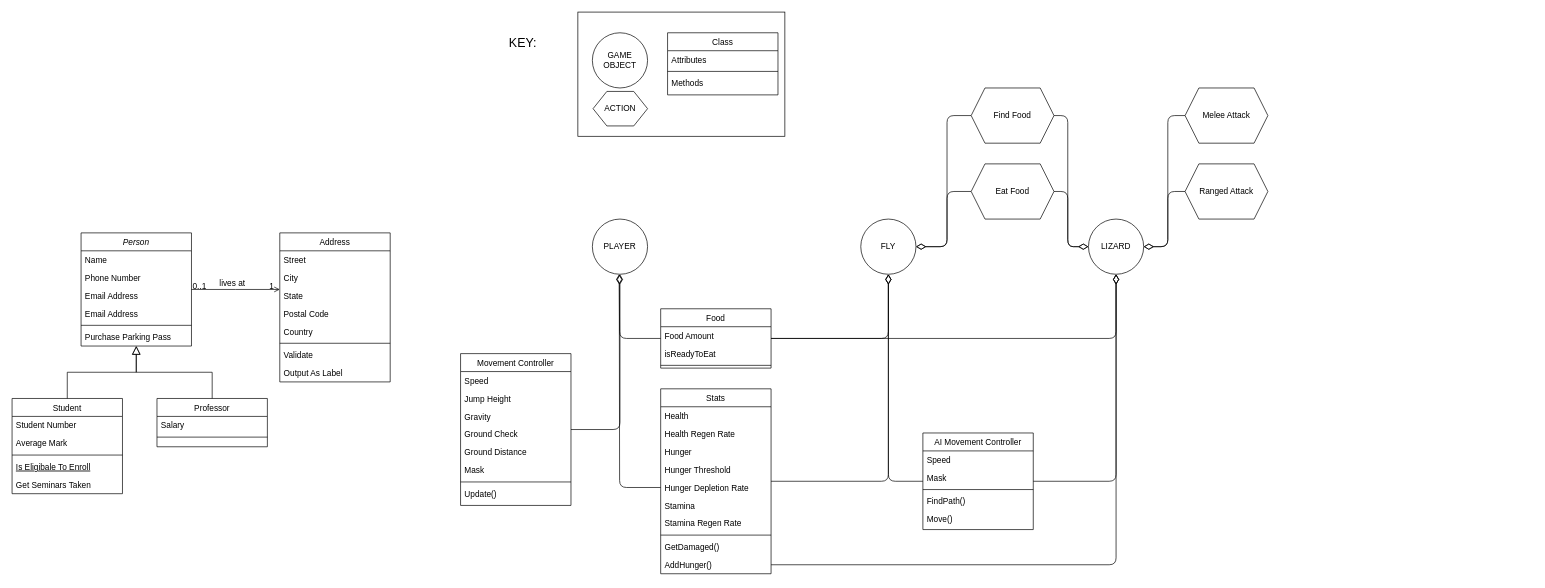
Before: documentation/ClassDiagram.drawio in AumPatel2208/GOAP-Ecosystem-FPS, a draw.io diagram. Source tidied: cells renumbered, new cells numbered last; positions are measured from the earlier drawing's top-left corner, leaving out a move shared by most shapes. Both pictures are drawn from the tidied source at 69%, with x=0, y=0 at pixel (12, 12).
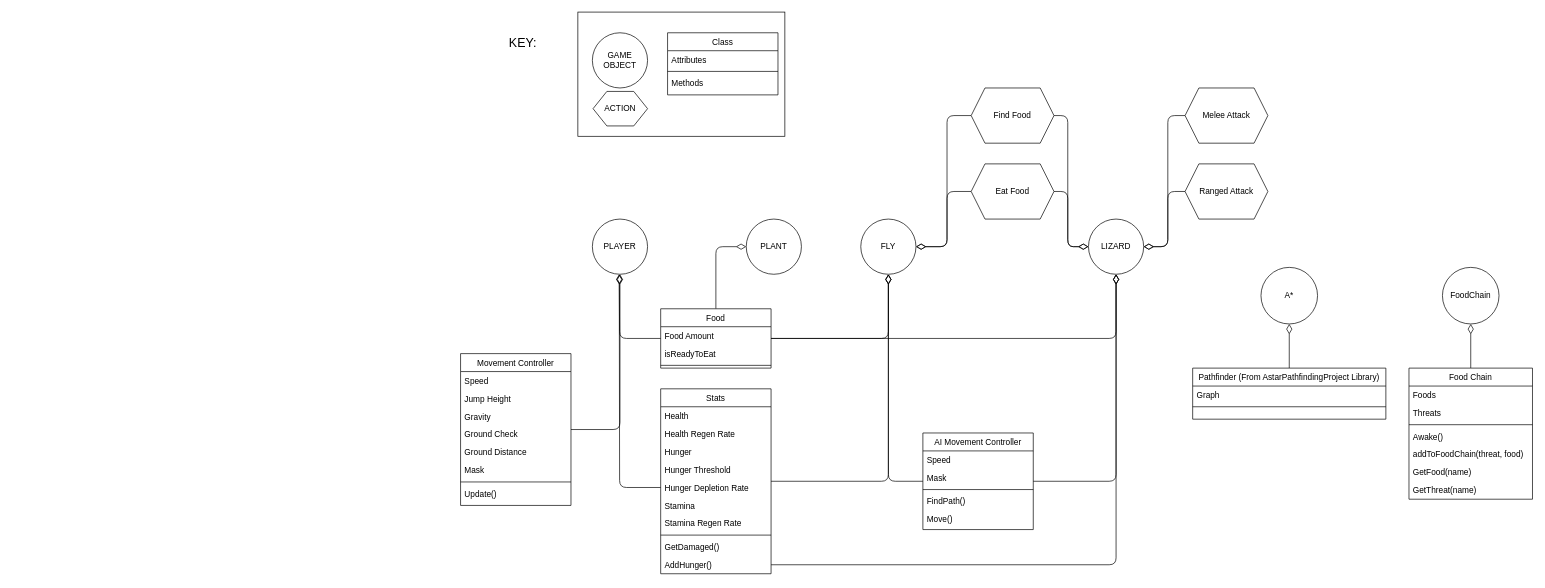
After the change.

The change refers to these unchanged cells:
```xml
<mxCell id="48" value="Food" style="swimlane;fontStyle=0;align=center;verticalAlign=top;horizontal=1;startSize=26;rounded=0;shadow=0;strokeWidth=1;" parent="1" vertex="1">
  <mxGeometry x="940" y="430" width="160" height="86" as="geometry" />
</mxCell>
```

What changed in the source:
```diff
@@
-    <mxCell id="3" value="Person" style="swimlane;fontStyle=2;align=center;verticalAlign=top;horizontal=1;startSize=26;rounded=0;shadow=0;strokeWidth=1;" parent="1" vertex="1">
-      <mxGeometry x="100" y="320" width="160" height="164" as="geometry" />
-    </mxCell>
-    <mxCell id="4" value="Name" style="text;align=left;verticalAlign=top;spacingLeft=4;spacingRight=4;overflow=hidden;" parent="3" vertex="1">
-      <mxGeometry y="26" width="160" height="26" as="geometry" />
-    </mxCell>
-    <mxCell id="5" value="Phone Number" style="text;align=left;verticalAlign=top;spacingLeft=4;spacingRight=4;overflow=hidden;rounded=0;shadow=0;html=0;" parent="3" vertex="1">
-      <mxGeometry y="52" width="160" height="26" as="geometry" />
-    </mxCell>
-    <mxCell id="6" value="Email Address" style="text;align=left;verticalAlign=top;spacingLeft=4;spacingRight=4;overflow=hidden;rounded=0;shadow=0;html=0;" parent="3" vertex="1">
-      <mxGeometry y="78" width="160" height="26" as="geometry" />
-    </mxCell>
-    <mxCell id="7" value="Email Address" style="text;align=left;verticalAlign=top;spacingLeft=4;spacingRight=4;overflow=hidden;rounded=0;shadow=0;html=0;" parent="3" vertex="1">
-      <mxGeometry y="104" width="160" height="26" as="geometry" />
-    </mxCell>
-    <mxCell id="8" style="line;html=1;strokeWidth=1;align=left;verticalAlign=middle;spacingTop=-1;spacingLeft=3;spacingRight=3;labelPosition=right;" parent="3" vertex="1">
-      <mxGeometry y="130" width="160" height="8" as="geometry" />
-    </mxCell>
-    <mxCell id="9" value="Purchase Parking Pass" style="text;align=left;verticalAlign=top;spacingLeft=4;spacingRight=4;overflow=hidden;" parent="3" vertex="1">
-      <mxGeometry y="138" width="160" height="26" as="geometry" />
-    </mxCell>
-    <mxCell id="10" value="Student" style="swimlane;fontStyle=0;align=center;verticalAlign=top;horizontal=1;startSize=26;rounded=0;shadow=0;strokeWidth=1;" parent="1" vertex="1">
-      <mxGeometry y="560" width="160" height="138" as="geometry" />
-    </mxCell>
-    <mxCell id="11" value="Student Number" style="text;align=left;verticalAlign=top;spacingLeft=4;spacingRight=4;overflow=hidden;" parent="10" vertex="1">
-      <mxGeometry y="26" width="160" height="26" as="geometry" />
-    </mxCell>
-    <mxCell id="12" value="Average Mark" style="text;align=left;verticalAlign=top;spacingLeft=4;spacingRight=4;overflow=hidden;rounded=0;shadow=0;html=0;" parent="10" vertex="1">
-      <mxGeometry y="52" width="160" height="26" as="geometry" />
-    </mxCell>
-    <mxCell id="13" style="line;html=1;strokeWidth=1;align=left;verticalAlign=middle;spacingTop=-1;spacingLeft=3;spacingRight=3;labelPosition=right;" parent="10" vertex="1">
-      <mxGeometry y="78" width="160" height="8" as="geometry" />
-    </mxCell>
-    <mxCell id="14" value="Is Eligibale To Enroll" style="text;align=left;verticalAlign=top;spacingLeft=4;spacingRight=4;overflow=hidden;fontStyle=4;" parent="10" vertex="1">
-      <mxGeometry y="86" width="160" height="26" as="geometry" />
-    </mxCell>
-    <mxCell id="15" value="Get Seminars Taken" style="text;align=left;verticalAlign=top;spacingLeft=4;spacingRight=4;overflow=hidden;" parent="10" vertex="1">
-      <mxGeometry y="112" width="160" height="26" as="geometry" />
-    </mxCell>
-    <mxCell id="16" style="endArrow=block;endSize=10;endFill=0;shadow=0;strokeWidth=1;rounded=0;edgeStyle=elbowEdgeStyle;elbow=vertical;" parent="1" edge="1" source="10" target="3">
-      <mxGeometry relative="1" as="geometry" />
-    </mxCell>
-    <mxCell id="17" value="Professor" style="swimlane;fontStyle=0;align=center;verticalAlign=top;horizontal=1;startSize=26;rounded=0;shadow=0;strokeWidth=1;" parent="1" vertex="1">
-      <mxGeometry x="210" y="560" width="160" height="70" as="geometry" />
-    </mxCell>
-    <mxCell id="18" value="Salary" style="text;align=left;verticalAlign=top;spacingLeft=4;spacingRight=4;overflow=hidden;" parent="17" vertex="1">
-      <mxGeometry y="26" width="160" height="26" as="geometry" />
-    </mxCell>
-    <mxCell id="19" style="line;html=1;strokeWidth=1;align=left;verticalAlign=middle;spacingTop=-1;spacingLeft=3;spacingRight=3;labelPosition=right;" parent="17" vertex="1">
-      <mxGeometry y="52" width="160" height="8" as="geometry" />
-    </mxCell>
-    <mxCell id="20" style="endArrow=block;endSize=10;endFill=0;shadow=0;strokeWidth=1;rounded=0;edgeStyle=elbowEdgeStyle;elbow=vertical;" parent="1" edge="1" source="17" target="3">
-      <mxGeometry relative="1" as="geometry" />
-    </mxCell>
-    <mxCell id="21" value="Address" style="swimlane;fontStyle=0;align=center;verticalAlign=top;horizontal=1;startSize=26;rounded=0;shadow=0;strokeWidth=1;" parent="1" vertex="1">
-      <mxGeometry x="388" y="320" width="160" height="216" as="geometry" />
-    </mxCell>
-    <mxCell id="22" value="Street" style="text;align=left;verticalAlign=top;spacingLeft=4;spacingRight=4;overflow=hidden;" parent="21" vertex="1">
-      <mxGeometry y="26" width="160" height="26" as="geometry" />
-    </mxCell>
-    <mxCell id="23" value="City" style="text;align=left;verticalAlign=top;spacingLeft=4;spacingRight=4;overflow=hidden;rounded=0;shadow=0;html=0;" parent="21" vertex="1">
-      <mxGeometry y="52" width="160" height="26" as="geometry" />
-    </mxCell>
-    <mxCell id="24" value="State" style="text;align=left;verticalAlign=top;spacingLeft=4;spacingRight=4;overflow=hidden;rounded=0;shadow=0;html=0;" parent="21" vertex="1">
-      <mxGeometry y="78" width="160" height="26" as="geometry" />
-    </mxCell>
-    <mxCell id="25" value="Postal Code" style="text;align=left;verticalAlign=top;spacingLeft=4;spacingRight=4;overflow=hidden;rounded=0;shadow=0;html=0;" parent="21" vertex="1">
-      <mxGeometry y="104" width="160" height="26" as="geometry" />
-    </mxCell>
-    <mxCell id="26" value="Country" style="text;align=left;verticalAlign=top;spacingLeft=4;spacingRight=4;overflow=hidden;rounded=0;shadow=0;html=0;" parent="21" vertex="1">
-      <mxGeometry y="130" width="160" height="26" as="geometry" />
-    </mxCell>
-    <mxCell id="27" style="line;html=1;strokeWidth=1;align=left;verticalAlign=middle;spacingTop=-1;spacingLeft=3;spacingRight=3;labelPosition=right;" parent="21" vertex="1">
-      <mxGeometry y="156" width="160" height="8" as="geometry" />
-    </mxCell>
-    <mxCell id="28" value="Validate" style="text;align=left;verticalAlign=top;spacingLeft=4;spacingRight=4;overflow=hidden;" parent="21" vertex="1">
-      <mxGeometry y="164" width="160" height="26" as="geometry" />
-    </mxCell>
-    <mxCell id="29" value="Output As Label" style="text;align=left;verticalAlign=top;spacingLeft=4;spacingRight=4;overflow=hidden;" parent="21" vertex="1">
-      <mxGeometry y="190" width="160" height="26" as="geometry" />
-    </mxCell>
-    <mxCell id="30" style="endArrow=open;shadow=0;strokeWidth=1;rounded=0;endFill=1;edgeStyle=elbowEdgeStyle;elbow=vertical;" parent="1" edge="1" source="3" target="21">
-      <mxGeometry x="0.5" y="41" relative="1" as="geometry">
-        <mxPoint x="-40" y="32" as="offset" />
-      </mxGeometry>
-    </mxCell>
-    <mxCell id="31" value="0..1" style="align=left;verticalAlign=bottom;labelBackgroundColor=none;fontSize=12;" parent="30" vertex="1">
-      <mxGeometry x="-1" relative="1" as="geometry">
-        <mxPoint y="4" as="offset" />
-      </mxGeometry>
-    </mxCell>
-    <mxCell id="32" value="1" style="align=right;verticalAlign=bottom;labelBackgroundColor=none;fontSize=12;" parent="30" vertex="1">
-      <mxGeometry x="1" relative="1" as="geometry">
-        <mxPoint x="-7" y="4" as="offset" />
-      </mxGeometry>
-    </mxCell>
-    <mxCell id="33" value="lives at" style="text;html=1;align=center;verticalAlign=middle;labelBackgroundColor=none;rounded=0;shadow=0;strokeWidth=1;fontSize=12;" parent="30" vertex="1">
-      <mxGeometry x="0.5" y="49" relative="1" as="geometry">
-        <mxPoint x="-38" y="40" as="offset" />
-      </mxGeometry>
-    </mxCell>
@@
+    <mxCell id="93" style="edgeStyle=orthogonalEdgeStyle;rounded=1;jettySize=auto;html=1;entryX=0;entryY=0.5;entryDx=0;entryDy=0;endArrow=diamondThin;endFill=0;endSize=12;fontSize=18;" parent="1" edge="1" source="48" target="109">
+      <mxGeometry relative="1" as="geometry" />
+    </mxCell>
@@
+    <mxCell id="94" value="A*" style="ellipse;whiteSpace=wrap;html=1;" parent="1" vertex="1">
+      <mxGeometry x="1810" y="370" width="82" height="82" as="geometry" />
+    </mxCell>
+    <mxCell id="95" style="edgeStyle=orthogonalEdgeStyle;rounded=1;jettySize=auto;html=1;entryX=0.5;entryY=1;entryDx=0;entryDy=0;endArrow=diamondThin;endFill=0;endSize=12;fontSize=18;" parent="1" edge="1" source="96" target="94">
+      <mxGeometry relative="1" as="geometry" />
+    </mxCell>
+    <mxCell id="96" value="Pathfinder (From AstarPathfindingProject Library)" style="swimlane;fontStyle=0;align=center;verticalAlign=top;horizontal=1;startSize=26;rounded=0;shadow=0;strokeWidth=1;" parent="1" vertex="1">
+      <mxGeometry x="1711" y="516" width="280" height="74" as="geometry" />
+    </mxCell>
+    <mxCell id="97" value="Graph" style="text;align=left;verticalAlign=top;spacingLeft=4;spacingRight=4;overflow=hidden;rounded=0;shadow=0;html=0;" parent="96" vertex="1">
+      <mxGeometry y="26" width="280" height="26" as="geometry" />
+    </mxCell>
+    <mxCell id="98" style="line;html=1;strokeWidth=1;align=left;verticalAlign=middle;spacingTop=-1;spacingLeft=3;spacingRight=3;labelPosition=right;" parent="96" vertex="1">
+      <mxGeometry y="52" width="280" height="8" as="geometry" />
+    </mxCell>
+    <mxCell id="99" value="FoodChain" style="ellipse;whiteSpace=wrap;html=1;" parent="1" vertex="1">
+      <mxGeometry x="2073" y="370" width="82" height="82" as="geometry" />
+    </mxCell>
+    <mxCell id="100" style="edgeStyle=orthogonalEdgeStyle;rounded=1;jettySize=auto;html=1;entryX=0.5;entryY=1;entryDx=0;entryDy=0;endArrow=diamondThin;endFill=0;endSize=12;fontSize=18;" parent="1" edge="1" source="101" target="99">
+      <mxGeometry relative="1" as="geometry" />
+    </mxCell>
+    <mxCell id="101" value="Food Chain" style="swimlane;fontStyle=0;align=center;verticalAlign=top;horizontal=1;startSize=26;rounded=0;shadow=0;strokeWidth=1;" parent="1" vertex="1">
+      <mxGeometry x="2024.5" y="516" width="179" height="190" as="geometry" />
+    </mxCell>
+    <mxCell id="102" value="Foods" style="text;align=left;verticalAlign=top;spacingLeft=4;spacingRight=4;overflow=hidden;" parent="101" vertex="1">
+      <mxGeometry y="26" width="179" height="26" as="geometry" />
+    </mxCell>
+    <mxCell id="103" value="Threats" style="text;align=left;verticalAlign=top;spacingLeft=4;spacingRight=4;overflow=hidden;rounded=0;shadow=0;html=0;" parent="101" vertex="1">
+      <mxGeometry y="52" width="179" height="26" as="geometry" />
+    </mxCell>
+    <mxCell id="104" style="line;html=1;strokeWidth=1;align=left;verticalAlign=middle;spacingTop=-1;spacingLeft=3;spacingRight=3;labelPosition=right;" parent="101" vertex="1">
+      <mxGeometry y="78" width="179" height="8" as="geometry" />
+    </mxCell>
+    <mxCell id="105" value="Awake()" style="text;align=left;verticalAlign=top;spacingLeft=4;spacingRight=4;overflow=hidden;" parent="101" vertex="1">
+      <mxGeometry y="86" width="179" height="26" as="geometry" />
+    </mxCell>
+    <mxCell id="106" value="addToFoodChain(threat, food)" style="text;align=left;verticalAlign=top;spacingLeft=4;spacingRight=4;overflow=hidden;" parent="101" vertex="1">
+      <mxGeometry y="112" width="179" height="26" as="geometry" />
+    </mxCell>
+    <mxCell id="107" value="GetFood(name)" style="text;align=left;verticalAlign=top;spacingLeft=4;spacingRight=4;overflow=hidden;" parent="101" vertex="1">
+      <mxGeometry y="138" width="179" height="26" as="geometry" />
+    </mxCell>
+    <mxCell id="108" value="GetThreat(name)" style="text;align=left;verticalAlign=top;spacingLeft=4;spacingRight=4;overflow=hidden;" parent="101" vertex="1">
+      <mxGeometry y="164" width="179" height="26" as="geometry" />
+    </mxCell>
+    <mxCell id="109" value="PLANT" style="ellipse;whiteSpace=wrap;html=1;" parent="1" vertex="1">
+      <mxGeometry x="1064" y="300" width="80" height="80" as="geometry" />
+    </mxCell>
```
